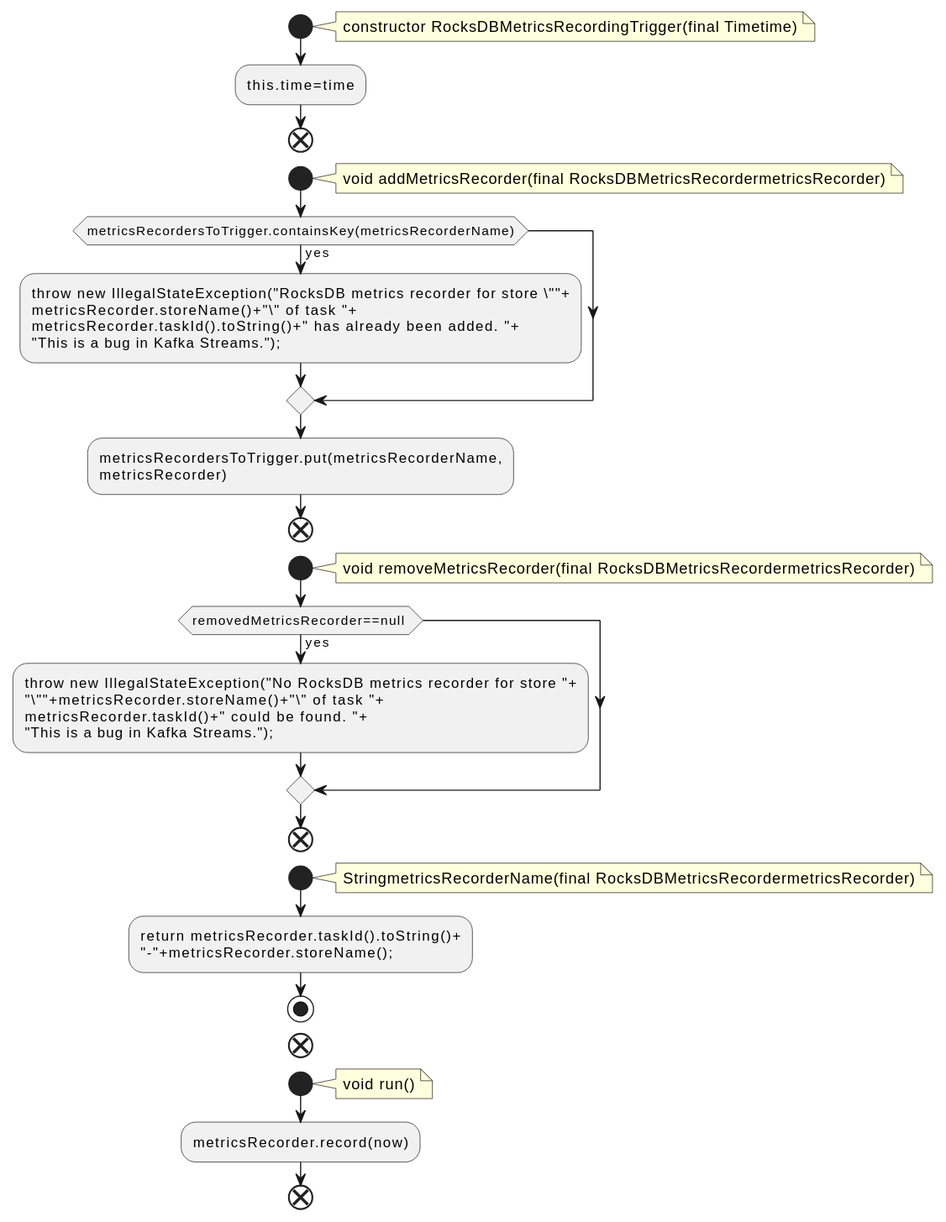
The PlantUML diagram docs/qc/streams/src/main/java/org/apache/kafka/streams/state/internals/metrics/RocksDBMetricsRecordingTrigger.java.fct.svg in qualitesys/kafka, before a commit. Source of this version:
```plantuml
@startuml
!pragma layout smetana
start
note right
constructor RocksDBMetricsRecordingTrigger(final Timetime)
end note
:this.time=time;
end
start
note right
void addMetricsRecorder(final RocksDBMetricsRecordermetricsRecorder)
end note
if (metricsRecordersToTrigger.containsKey(metricsRecorderName)) then (yes)
:throw new IllegalStateException("RocksDB metrics recorder for store \""+
metricsRecorder.storeName()+"\" of task "+
metricsRecorder.taskId().toString()+" has already been added. "+
"This is a bug in Kafka Streams.");;
endif
:metricsRecordersToTrigger.put(metricsRecorderName,
metricsRecorder);
end
start
note right
void removeMetricsRecorder(final RocksDBMetricsRecordermetricsRecorder)
end note
if (removedMetricsRecorder==null ) then (yes)
:throw new IllegalStateException("No RocksDB metrics recorder for store "+
"\""+metricsRecorder.storeName()+"\" of task "+
metricsRecorder.taskId()+" could be found. "+
"This is a bug in Kafka Streams.");;
endif
end
start
note right
StringmetricsRecorderName(final RocksDBMetricsRecordermetricsRecorder)
end note
:return metricsRecorder.taskId().toString()+
"-"+metricsRecorder.storeName();;
stop
end
start
note right
void run()
end note
:metricsRecorder.record(now);
end
@enduml
```
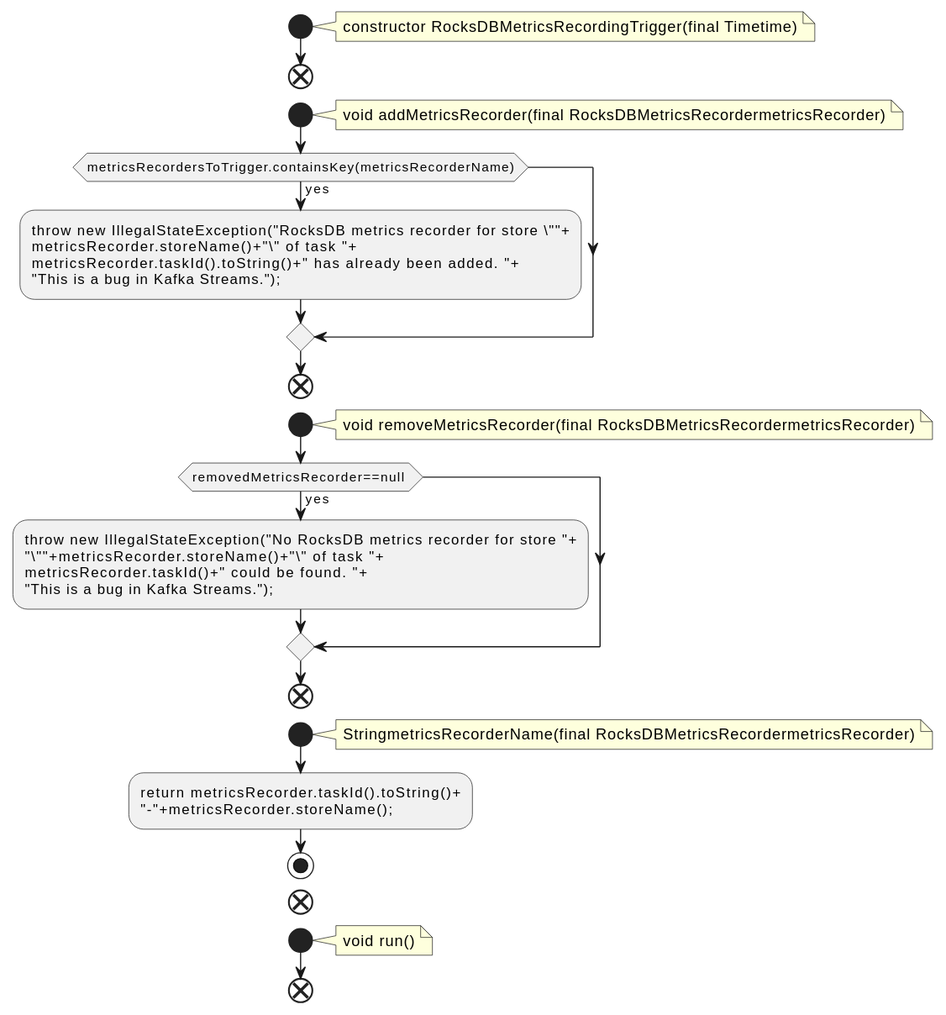
Later version of the same file.

Diff of the diagram source:
```diff
@@ -4,7 +4,6 @@
 note right
 constructor RocksDBMetricsRecordingTrigger(final Timetime)
 end note
-:this.time=time;
 end
 start
 note right
@@ -16,8 +15,6 @@
 metricsRecorder.taskId().toString()+" has already been added. "+
 "This is a bug in Kafka Streams.");;
 endif
-:metricsRecordersToTrigger.put(metricsRecorderName,
-metricsRecorder);
 end
 start
 note right
@@ -42,6 +39,5 @@
 note right
 void run()
 end note
-:metricsRecorder.record(now);
 end
 @enduml
```
